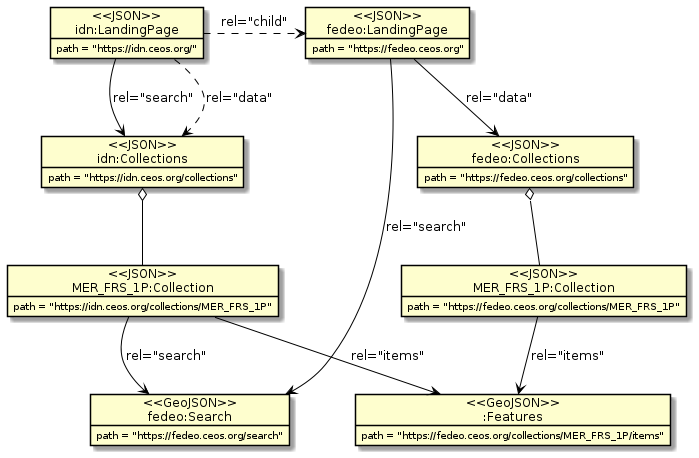
This is figures/federation.png from littleidiot40/stac-federated-search, a PlantUML export, as it was before one commit. Its source is kept beside it as figures/federation.puml.
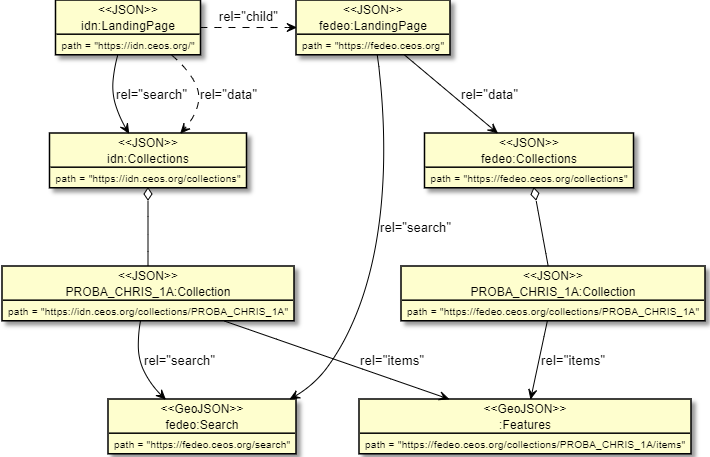
Later version of the same file.

The edit, as a diff of the source:
```diff
@@ -45,29 +45,29 @@
 federating_ldp .right.> federated_ldp : "rel="child""
 
 
-object "<<JSON>>\nMER_FRS_1P:Collection" as MER_FRS_1P {
-      path = "https://fedeo.ceos.org/collections/MER_FRS_1P"
+object "<<JSON>>\nPROBA_CHRIS_1A:Collection" as PROBA_CHRIS_1A {
+      path = "https://fedeo.ceos.org/collections/PROBA_CHRIS_1A"
 }
 
-object "<<JSON>>\nMER_FRS_1P:Collection" as MER_FRS_1P_federating {
-      path = "https://idn.ceos.org/collections/MER_FRS_1P"
+object "<<JSON>>\nPROBA_CHRIS_1A:Collection" as PROBA_CHRIS_1A_federating {
+      path = "https://idn.ceos.org/collections/PROBA_CHRIS_1A"
 }
 
 
 object "<<GeoJSON>>\n:Features" as federated_items {
-  path = "https://fedeo.ceos.org/collections/MER_FRS_1P/items"
+  path = "https://fedeo.ceos.org/collections/PROBA_CHRIS_1A/items"
 }
 
-federated_collections o-down- MER_FRS_1P
+federated_collections o-down- PROBA_CHRIS_1A
 
-federating_collections o-down- MER_FRS_1P_federating
+federating_collections o-down- PROBA_CHRIS_1A_federating
 
 
-MER_FRS_1P --> federated_items : "rel="items""
+PROBA_CHRIS_1A --> federated_items : "rel="items""
 
-MER_FRS_1P_federating --> federated_items : "rel="items""
+PROBA_CHRIS_1A_federating --> federated_items : "rel="items""
 
-MER_FRS_1P_federating --> federated_search : "rel="search""
+PROBA_CHRIS_1A_federating --> federated_search : "rel="search""
 
 
 
```
